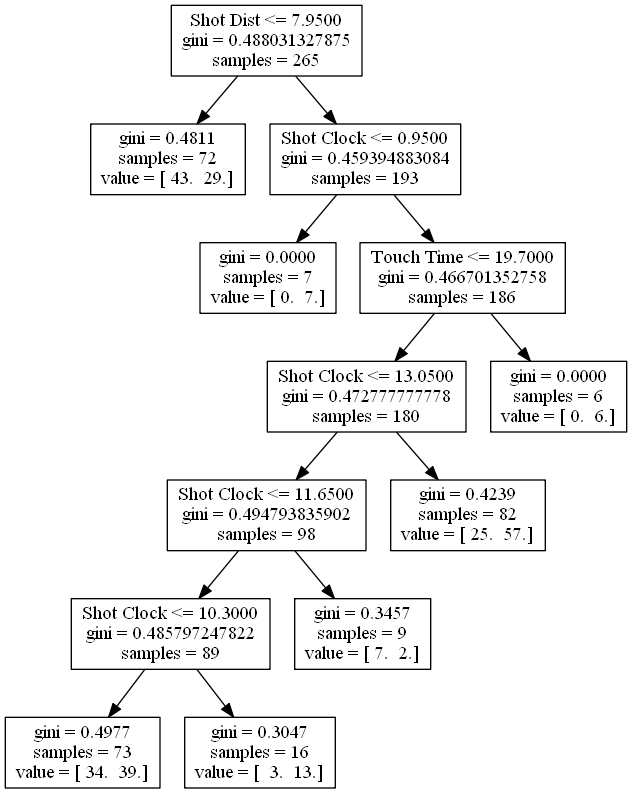
The Graphviz diagram john_wall.png in bveber/Analyze_NBA, before a commit. Its source is kept beside it as john_wall.dot. Source of this version:
```dot
digraph Tree {
0 [label="Shot Dist <= 7.9500\ngini = 0.488031327875\nsamples = 265", shape="box"] ;
1 [label="gini = 0.4811\nsamples = 72\nvalue = [ 43.  29.]", shape="box"] ;
0 -> 1 ;
2 [label="Shot Clock <= 0.9500\ngini = 0.459394883084\nsamples = 193", shape="box"] ;
0 -> 2 ;
3 [label="gini = 0.0000\nsamples = 7\nvalue = [ 0.  7.]", shape="box"] ;
2 -> 3 ;
4 [label="Touch Time <= 19.7000\ngini = 0.466701352758\nsamples = 186", shape="box"] ;
2 -> 4 ;
5 [label="Shot Clock <= 13.0500\ngini = 0.472777777778\nsamples = 180", shape="box"] ;
4 -> 5 ;
6 [label="Shot Clock <= 11.6500\ngini = 0.494793835902\nsamples = 98", shape="box"] ;
5 -> 6 ;
7 [label="Shot Clock <= 10.3000\ngini = 0.485797247822\nsamples = 89", shape="box"] ;
6 -> 7 ;
8 [label="gini = 0.4977\nsamples = 73\nvalue = [ 34.  39.]", shape="box"] ;
7 -> 8 ;
9 [label="gini = 0.3047\nsamples = 16\nvalue = [  3.  13.]", shape="box"] ;
7 -> 9 ;
10 [label="gini = 0.3457\nsamples = 9\nvalue = [ 7.  2.]", shape="box"] ;
6 -> 10 ;
11 [label="gini = 0.4239\nsamples = 82\nvalue = [ 25.  57.]", shape="box"] ;
5 -> 11 ;
12 [label="gini = 0.0000\nsamples = 6\nvalue = [ 0.  6.]", shape="box"] ;
4 -> 12 ;
}
```
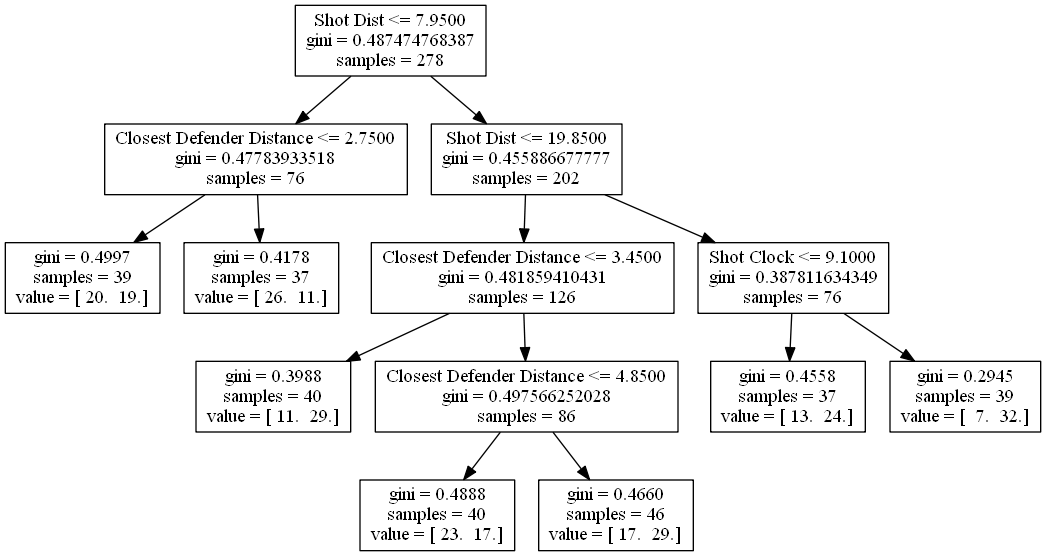
Later version of the same file.

What changed in the source:
```diff
@@ -1,27 +1,27 @@
 digraph Tree {
-0 [label="Shot Dist <= 7.9500\ngini = 0.488031327875\nsamples = 265", shape="box"] ;
-1 [label="gini = 0.4811\nsamples = 72\nvalue = [ 43.  29.]", shape="box"] ;
+0 [label="Shot Dist <= 7.9500\ngini = 0.487474768387\nsamples = 278", shape="box"] ;
+1 [label="Closest Defender Distance <= 2.7500\ngini = 0.47783933518\nsamples = 76", shape="box"] ;
 0 -> 1 ;
-2 [label="Shot Clock <= 0.9500\ngini = 0.459394883084\nsamples = 193", shape="box"] ;
-0 -> 2 ;
-3 [label="gini = 0.0000\nsamples = 7\nvalue = [ 0.  7.]", shape="box"] ;
-2 -> 3 ;
-4 [label="Touch Time <= 19.7000\ngini = 0.466701352758\nsamples = 186", shape="box"] ;
-2 -> 4 ;
-5 [label="Shot Clock <= 13.0500\ngini = 0.472777777778\nsamples = 180", shape="box"] ;
+2 [label="gini = 0.4997\nsamples = 39\nvalue = [ 20.  19.]", shape="box"] ;
+1 -> 2 ;
+3 [label="gini = 0.4178\nsamples = 37\nvalue = [ 26.  11.]", shape="box"] ;
+1 -> 3 ;
+4 [label="Shot Dist <= 19.8500\ngini = 0.455886677777\nsamples = 202", shape="box"] ;
+0 -> 4 ;
+5 [label="Closest Defender Distance <= 3.4500\ngini = 0.481859410431\nsamples = 126", shape="box"] ;
 4 -> 5 ;
-6 [label="Shot Clock <= 11.6500\ngini = 0.494793835902\nsamples = 98", shape="box"] ;
+6 [label="gini = 0.3988\nsamples = 40\nvalue = [ 11.  29.]", shape="box"] ;
 5 -> 6 ;
-7 [label="Shot Clock <= 10.3000\ngini = 0.485797247822\nsamples = 89", shape="box"] ;
-6 -> 7 ;
-8 [label="gini = 0.4977\nsamples = 73\nvalue = [ 34.  39.]", shape="box"] ;
+7 [label="Closest Defender Distance <= 4.8500\ngini = 0.497566252028\nsamples = 86", shape="box"] ;
+5 -> 7 ;
+8 [label="gini = 0.4888\nsamples = 40\nvalue = [ 23.  17.]", shape="box"] ;
 7 -> 8 ;
-9 [label="gini = 0.3047\nsamples = 16\nvalue = [  3.  13.]", shape="box"] ;
+9 [label="gini = 0.4660\nsamples = 46\nvalue = [ 17.  29.]", shape="box"] ;
 7 -> 9 ;
-10 [label="gini = 0.3457\nsamples = 9\nvalue = [ 7.  2.]", shape="box"] ;
-6 -> 10 ;
-11 [label="gini = 0.4239\nsamples = 82\nvalue = [ 25.  57.]", shape="box"] ;
-5 -> 11 ;
-12 [label="gini = 0.0000\nsamples = 6\nvalue = [ 0.  6.]", shape="box"] ;
-4 -> 12 ;
+10 [label="Shot Clock <= 9.1000\ngini = 0.387811634349\nsamples = 76", shape="box"] ;
+4 -> 10 ;
+11 [label="gini = 0.4558\nsamples = 37\nvalue = [ 13.  24.]", shape="box"] ;
+10 -> 11 ;
+12 [label="gini = 0.2945\nsamples = 39\nvalue = [  7.  32.]", shape="box"] ;
+10 -> 12 ;
 }
```
